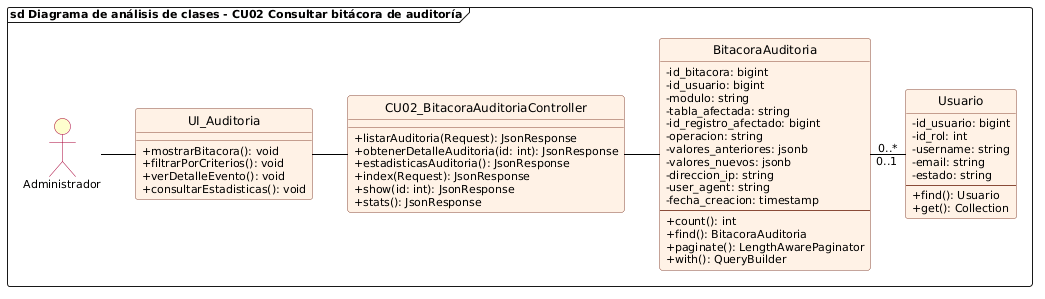
Earlier version of the PlantUML export diagramas/cu02_analisis_consultar_bitacora.png (DiogoMars777/CITAS_MEDICAS).
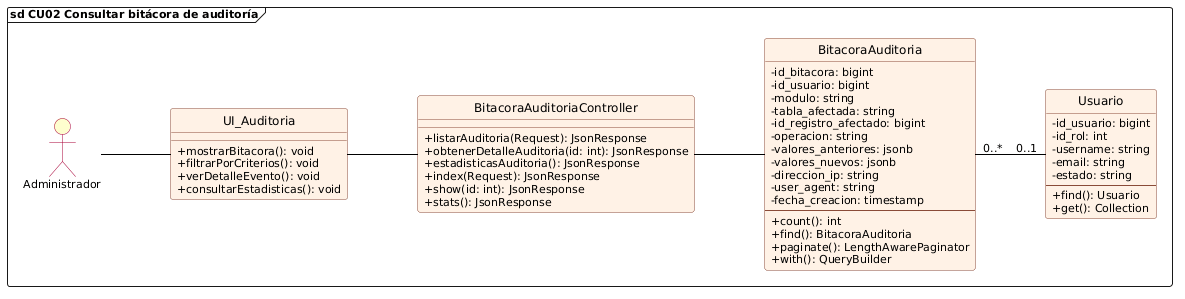
The same diagram one commit later.

Diff of the diagram source:
```diff
@@ -1,6 +1,9 @@
 @startuml cu02_analisis_consultar_bitacora
 allowmixing
 
+skinparam linetype ortho
+skinparam nodesep 70
+skinparam ranksep 60
 skinparam backgroundColor white
 skinparam defaultFontName "Segoe UI"
 skinparam defaultFontSize 11
@@ -21,7 +24,7 @@
     BorderColor #A80036
 }
 
-frame "sd Diagrama de análisis de clases - CU02 Consultar bitácora de auditoría" {
+frame "sd CU02 Consultar bitácora de auditoría" {
     actor Administrador
 
     class UI_Auditoria {
@@ -31,7 +34,7 @@
         + consultarEstadisticas(): void
     }
 
-    class CU02_BitacoraAuditoriaController {
+    class BitacoraAuditoriaController {
         + listarAuditoria(Request): JsonResponse
         + obtenerDetalleAuditoria(id: int): JsonResponse
         + estadisticasAuditoria(): JsonResponse
@@ -71,9 +74,9 @@
     }
 
     Administrador -right- UI_Auditoria
-    UI_Auditoria -right- CU02_BitacoraAuditoriaController
-    CU02_BitacoraAuditoriaController -right- BitacoraAuditoria
+    UI_Auditoria -right- BitacoraAuditoriaController
+    BitacoraAuditoriaController -right- BitacoraAuditoria
 
-    BitacoraAuditoria "0..*" -right- "0..1" Usuario
+    BitacoraAuditoria "0..*" ---right--- "0..1" Usuario
 }
 @enduml
```
